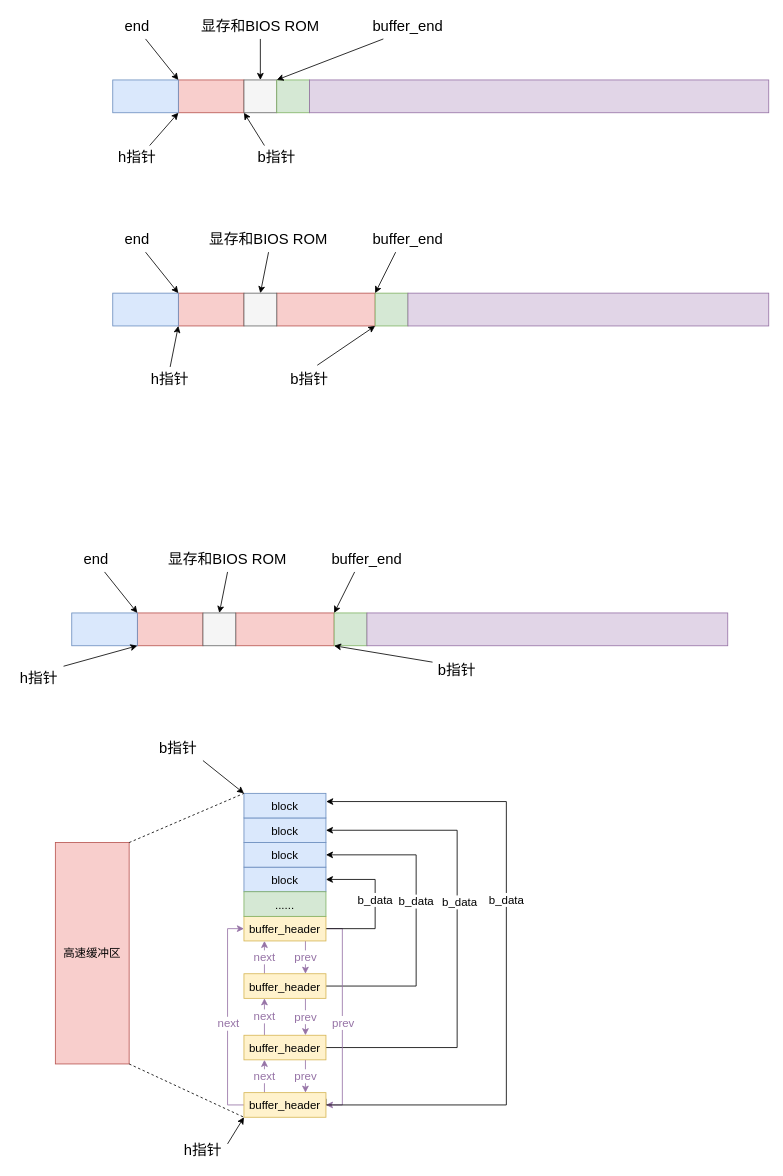
This is blog/Linux/Linux-0.11-fs/buffer/buffer.drawio from zgjsxx/static-img-repo, a draw.io file, before an edit. Source tidied: cells renumbered, new cells numbered last; positions are measured from the earlier drawing's top-left corner, leaving out a move shared by most shapes. Both pictures are drawn from the tidied source at 82%, with x=0, y=0 at pixel (14, 14).
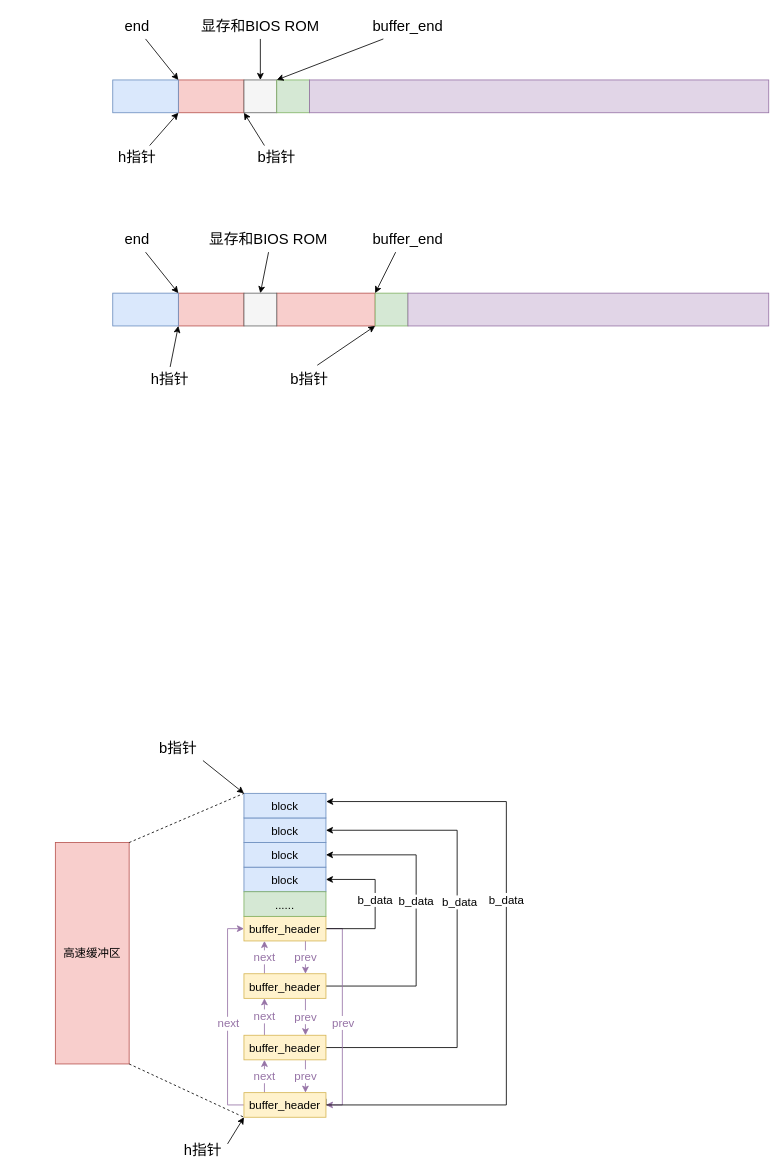
The same diagram, later.

Change to the diagram source:
```diff
@@
-    <mxCell id="33" style="rounded=0;whiteSpace=wrap;html=1;fillColor=#f8cecc;strokeColor=#b85450;" parent="1" vertex="1">
-      <mxGeometry x="150" y="730" width="80" height="40" as="geometry" />
-    </mxCell>
-    <mxCell id="34" style="rounded=0;whiteSpace=wrap;html=1;fillColor=#dae8fc;strokeColor=#6c8ebf;" parent="1" vertex="1">
-      <mxGeometry x="70" y="730" width="80" height="40" as="geometry" />
-    </mxCell>
-    <mxCell id="35" style="rounded=0;whiteSpace=wrap;html=1;fillColor=#f8cecc;strokeColor=#b85450;" parent="1" vertex="1">
-      <mxGeometry x="270" y="730" width="120" height="40" as="geometry" />
-    </mxCell>
-    <mxCell id="36" style="rounded=0;whiteSpace=wrap;html=1;fillColor=#f5f5f5;strokeColor=#666666;fontColor=#333333;" parent="1" vertex="1">
-      <mxGeometry x="230" y="730" width="40" height="40" as="geometry" />
-    </mxCell>
-    <mxCell id="37" style="rounded=0;whiteSpace=wrap;html=1;fillColor=#d5e8d4;strokeColor=#82b366;" parent="1" vertex="1">
-      <mxGeometry x="390" y="730" width="40" height="40" as="geometry" />
-    </mxCell>
-    <mxCell id="38" style="rounded=0;whiteSpace=wrap;html=1;fillColor=#e1d5e7;strokeColor=#9673a6;" parent="1" vertex="1">
-      <mxGeometry x="430" y="730" width="440" height="40" as="geometry" />
-    </mxCell>
-    <mxCell id="39" style="endArrow=classic;html=1;rounded=0;entryX=1;entryY=0;entryDx=0;entryDy=0;" parent="1" edge="1" target="34">
-      <mxGeometry relative="1" as="geometry">
-        <mxPoint x="110" y="680" as="sourcePoint" />
-      </mxGeometry>
-    </mxCell>
-    <mxCell id="40" value="&lt;font style=&quot;font-size: 18px;&quot;&gt;end&lt;/font&gt;" style="text;strokeColor=none;align=center;fillColor=none;html=1;verticalAlign=middle;whiteSpace=wrap;rounded=0;" parent="1" vertex="1">
-      <mxGeometry x="70" y="650" width="60" height="30" as="geometry" />
-    </mxCell>
-    <mxCell id="41" value="&lt;font style=&quot;font-size: 18px;&quot;&gt;buffer_end&lt;/font&gt;" style="text;strokeColor=none;align=center;fillColor=none;html=1;verticalAlign=middle;whiteSpace=wrap;rounded=0;" parent="1" vertex="1">
-      <mxGeometry x="400" y="650" width="60" height="30" as="geometry" />
-    </mxCell>
-    <mxCell id="42" style="endArrow=classic;html=1;rounded=0;entryX=1;entryY=0;entryDx=0;entryDy=0;exitX=0.25;exitY=1;exitDx=0;exitDy=0;" parent="1" edge="1" source="41">
-      <mxGeometry relative="1" as="geometry">
-        <mxPoint x="390" y="730" as="targetPoint" />
-      </mxGeometry>
-    </mxCell>
-    <mxCell id="43" value="显存和BIOS ROM" style="text;strokeColor=none;align=center;fillColor=none;html=1;verticalAlign=middle;whiteSpace=wrap;rounded=0;fontSize=18;" parent="1" vertex="1">
-      <mxGeometry x="170" y="650" width="180" height="30" as="geometry" />
-    </mxCell>
-    <mxCell id="44" style="endArrow=classic;html=1;rounded=0;fontSize=18;entryX=0.5;entryY=0;entryDx=0;entryDy=0;exitX=0.5;exitY=1;exitDx=0;exitDy=0;" parent="1" edge="1" source="43" target="36">
-      <mxGeometry relative="1" as="geometry" />
-    </mxCell>
-    <mxCell id="45" value="&lt;font style=&quot;font-size: 18px;&quot;&gt;b指针&lt;/font&gt;" style="text;strokeColor=none;align=center;fillColor=none;html=1;verticalAlign=middle;whiteSpace=wrap;rounded=0;" parent="1" vertex="1">
-      <mxGeometry x="510" y="790" width="60" height="20" as="geometry" />
-    </mxCell>
-    <mxCell id="46" style="endArrow=classic;html=1;rounded=0;exitX=1;exitY=0;exitDx=0;exitDy=0;" parent="1" edge="1" source="48">
-      <mxGeometry relative="1" as="geometry">
-        <mxPoint x="150" y="770" as="targetPoint" />
-      </mxGeometry>
-    </mxCell>
-    <mxCell id="47" style="endArrow=classic;html=1;rounded=0;fontSize=18;entryX=0;entryY=1;entryDx=0;entryDy=0;exitX=0;exitY=0;exitDx=0;exitDy=0;" parent="1" edge="1" source="45" target="37">
-      <mxGeometry relative="1" as="geometry" />
-    </mxCell>
-    <mxCell id="48" value="&lt;font style=&quot;font-size: 18px;&quot;&gt;h指针&lt;/font&gt;" style="text;strokeColor=none;align=center;fillColor=none;html=1;verticalAlign=middle;whiteSpace=wrap;rounded=0;" parent="1" vertex="1">
-      <mxGeometry y="795" width="60" height="30" as="geometry" />
-    </mxCell>
```
